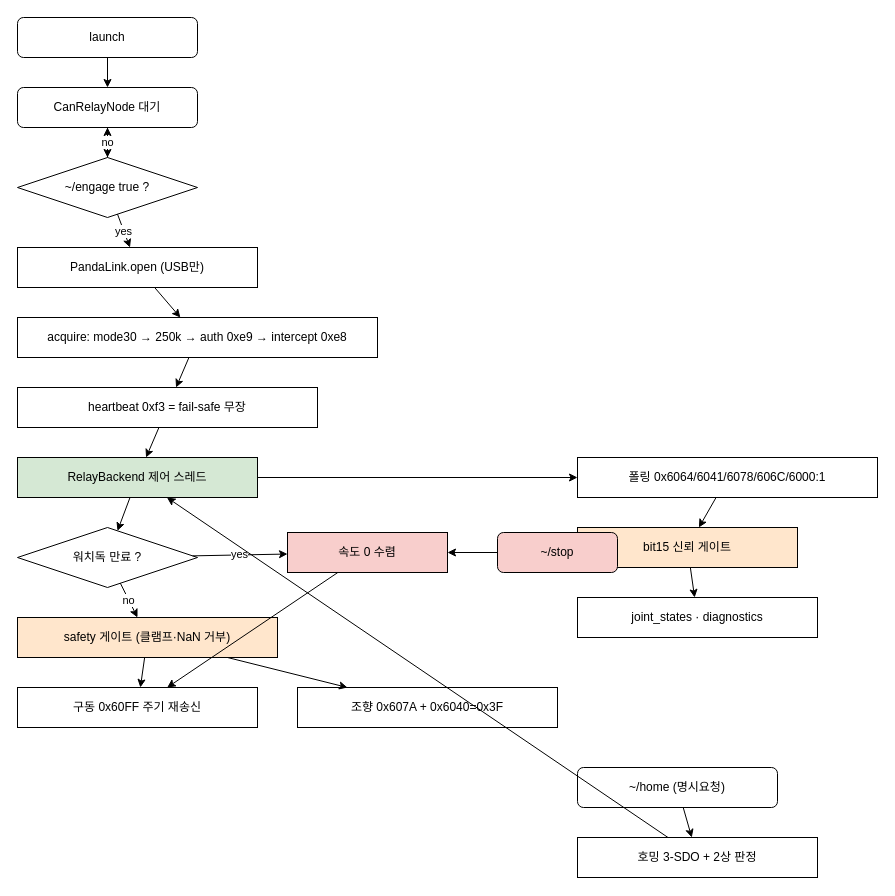
Before: docs/code_review/can_relay_ros2/2026-07-29-flow.drawio in kuks2309/BIG-AMR, a draw.io diagram. Source tidied: cells renumbered, new cells numbered last; positions are measured from the earlier drawing's top-left corner, leaving out a move shared by most shapes. Both pictures are drawn from the tidied source at 100%, with x=0, y=0 at pixel (17, 17).
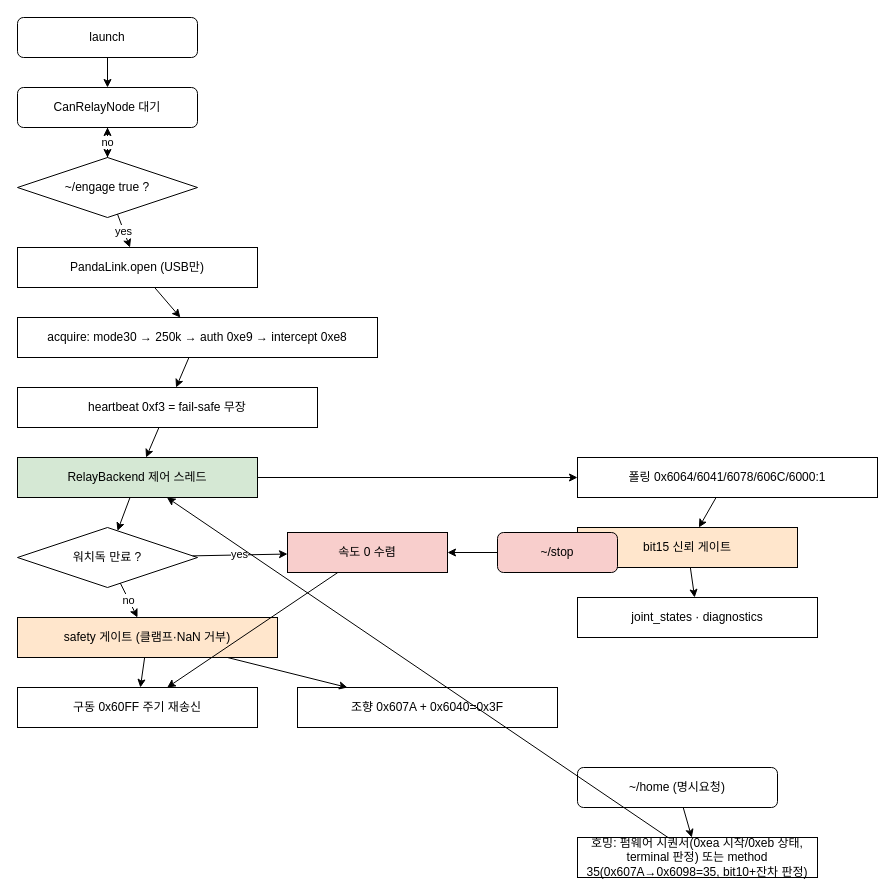
After the change.

Change to the diagram source:
```diff
@@
-    <mxCell id="19" value="호밍 3-SDO + 2상 판정" style="rounded=0;whiteSpace=wrap;html=1;" parent="1" vertex="1">
+    <mxCell id="19" value="호밍: 펌웨어 시퀀서(0xea 시작/0xeb 상태, terminal 판정) 또는 method 35(0x607A→0x6098=35, bit10+잔차 판정)" style="rounded=0;whiteSpace=wrap;html=1;" parent="1" vertex="1">
       <mxGeometry x="560" y="820" width="240" height="40" as="geometry" />
     </mxCell>
```
